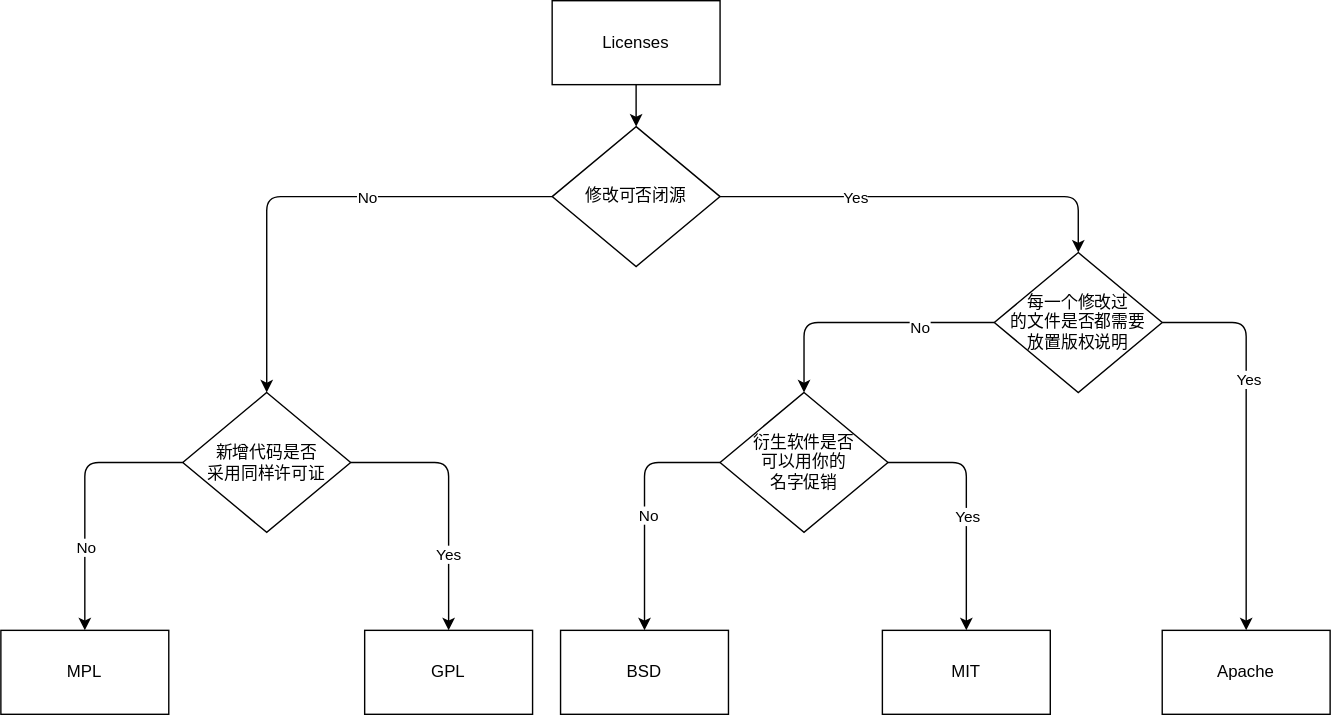
Earlier version of the draw.io export drawio/license/license.drawio.svg (txl-glory/txl-glory). Source tidied: cells renumbered, new cells last; positions are measured from the earlier drawing's top-left corner, leaving out a move shared by most shapes.
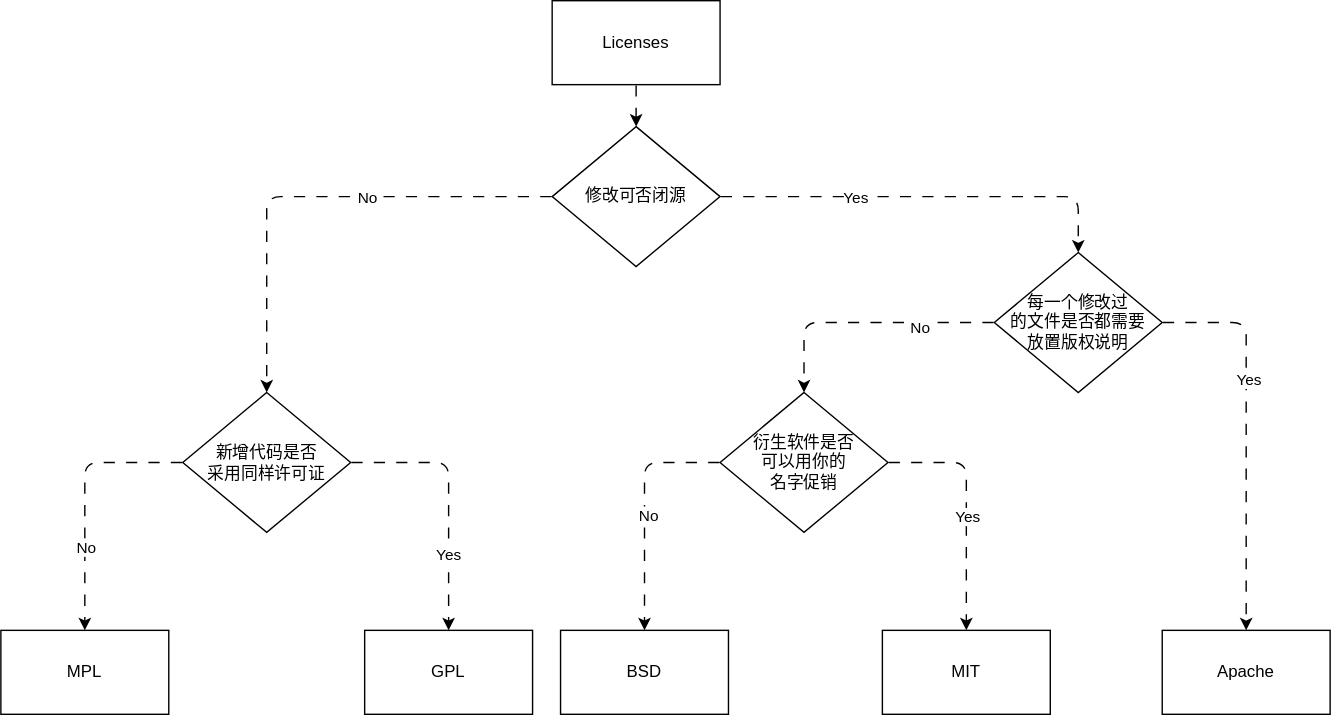
After the commit.

Commit message:
增加nginx-proxy-manager部署文件

Diff of the diagram source:
```diff
@@ -2,13 +2,13 @@
   <root>
     <mxCell id="0" />
     <mxCell id="1" parent="0" />
-    <mxCell id="2" style="edgeStyle=none;html=1;" parent="1" edge="1" source="3" target="8">
+    <mxCell id="2" style="edgeStyle=none;html=1;flowAnimation=1;" parent="1" edge="1" source="3" target="8">
       <mxGeometry relative="1" as="geometry" />
     </mxCell>
     <mxCell id="3" value="Licenses" style="rounded=0;whiteSpace=wrap;html=1;" parent="1" vertex="1">
       <mxGeometry x="394" width="120" height="60" as="geometry" />
     </mxCell>
-    <mxCell id="4" style="edgeStyle=none;html=1;" parent="1" edge="1" source="8" target="13">
+    <mxCell id="4" style="edgeStyle=none;html=1;flowAnimation=1;" parent="1" edge="1" source="8" target="13">
       <mxGeometry relative="1" as="geometry">
         <Array as="points">
           <mxPoint x="190" y="140" />
@@ -20,7 +20,7 @@
         <mxPoint x="35" as="offset" />
       </mxGeometry>
     </mxCell>
-    <mxCell id="6" style="edgeStyle=none;html=1;" parent="1" edge="1" source="8" target="20">
+    <mxCell id="6" style="edgeStyle=none;html=1;flowAnimation=1;" parent="1" edge="1" source="8" target="20">
       <mxGeometry relative="1" as="geometry">
         <Array as="points">
           <mxPoint x="770" y="140" />
@@ -36,7 +36,7 @@
     <mxCell id="8" value="修改可否闭源" style="rhombus;whiteSpace=wrap;html=1;rounded=0;" parent="1" vertex="1">
       <mxGeometry x="394" y="90" width="120" height="100" as="geometry" />
     </mxCell>
-    <mxCell id="9" style="edgeStyle=none;html=1;exitX=1;exitY=0.5;exitDx=0;exitDy=0;" parent="1" edge="1" source="13" target="14">
+    <mxCell id="9" style="edgeStyle=none;html=1;exitX=1;exitY=0.5;exitDx=0;exitDy=0;flowAnimation=1;" parent="1" edge="1" source="13" target="14">
       <mxGeometry relative="1" as="geometry">
         <Array as="points">
           <mxPoint x="320" y="330" />
@@ -47,7 +47,7 @@
     <mxCell id="10" value="Yes" style="edgeLabel;html=1;align=center;verticalAlign=middle;" parent="9" vertex="1">
       <mxGeometry x="0.42" y="-1" relative="1" as="geometry" />
     </mxCell>
-    <mxCell id="11" style="edgeStyle=none;html=1;exitX=0;exitY=0.5;exitDx=0;exitDy=0;" parent="1" edge="1" source="13" target="15">
+    <mxCell id="11" style="edgeStyle=none;html=1;exitX=0;exitY=0.5;exitDx=0;exitDy=0;flowAnimation=1;" parent="1" edge="1" source="13" target="15">
       <mxGeometry relative="1" as="geometry">
         <Array as="points">
           <mxPoint x="60" y="330" />
@@ -67,7 +67,7 @@
     <mxCell id="15" value="MPL" style="whiteSpace=wrap;html=1;rounded=0;" parent="1" vertex="1">
       <mxGeometry y="450" width="120" height="60" as="geometry" />
     </mxCell>
-    <mxCell id="16" style="edgeStyle=none;html=1;" parent="1" edge="1" source="20" target="25">
+    <mxCell id="16" style="edgeStyle=none;html=1;flowAnimation=1;" parent="1" edge="1" source="20" target="25">
       <mxGeometry relative="1" as="geometry">
         <Array as="points">
           <mxPoint x="574" y="230" />
@@ -77,7 +77,7 @@
     <mxCell id="17" value="No" style="edgeLabel;html=1;align=center;verticalAlign=middle;" parent="16" vertex="1">
       <mxGeometry x="-0.42" y="3" relative="1" as="geometry" />
     </mxCell>
-    <mxCell id="18" style="edgeStyle=none;html=1;exitX=1;exitY=0.5;exitDx=0;exitDy=0;" parent="1" edge="1" source="20" target="28">
+    <mxCell id="18" style="edgeStyle=none;html=1;exitX=1;exitY=0.5;exitDx=0;exitDy=0;flowAnimation=1;" parent="1" edge="1" source="20" target="28">
       <mxGeometry relative="1" as="geometry">
         <Array as="points">
           <mxPoint x="890" y="230" />
@@ -92,7 +92,7 @@
     <mxCell id="20" value="每一个修改过&lt;br&gt;的文件是否都需要&lt;br&gt;放置版权说明" style="rhombus;whiteSpace=wrap;html=1;rounded=0;" parent="1" vertex="1">
       <mxGeometry x="710" y="180" width="120" height="100" as="geometry" />
     </mxCell>
-    <mxCell id="21" style="edgeStyle=none;html=1;" parent="1" edge="1" source="25" target="26">
+    <mxCell id="21" style="edgeStyle=none;html=1;flowAnimation=1;" parent="1" edge="1" source="25" target="26">
       <mxGeometry relative="1" as="geometry">
         <Array as="points">
           <mxPoint x="460" y="330" />
@@ -102,7 +102,7 @@
     <mxCell id="22" value="No" style="edgeLabel;html=1;align=center;verticalAlign=middle;" parent="21" vertex="1">
       <mxGeometry x="0.04" y="2" relative="1" as="geometry" />
     </mxCell>
-    <mxCell id="23" style="edgeStyle=none;html=1;exitX=1;exitY=0.5;exitDx=0;exitDy=0;" parent="1" edge="1" source="25" target="27">
+    <mxCell id="23" style="edgeStyle=none;html=1;exitX=1;exitY=0.5;exitDx=0;exitDy=0;flowAnimation=1;" parent="1" edge="1" source="25" target="27">
       <mxGeometry relative="1" as="geometry">
         <Array as="points">
           <mxPoint x="690" y="330" />
```
